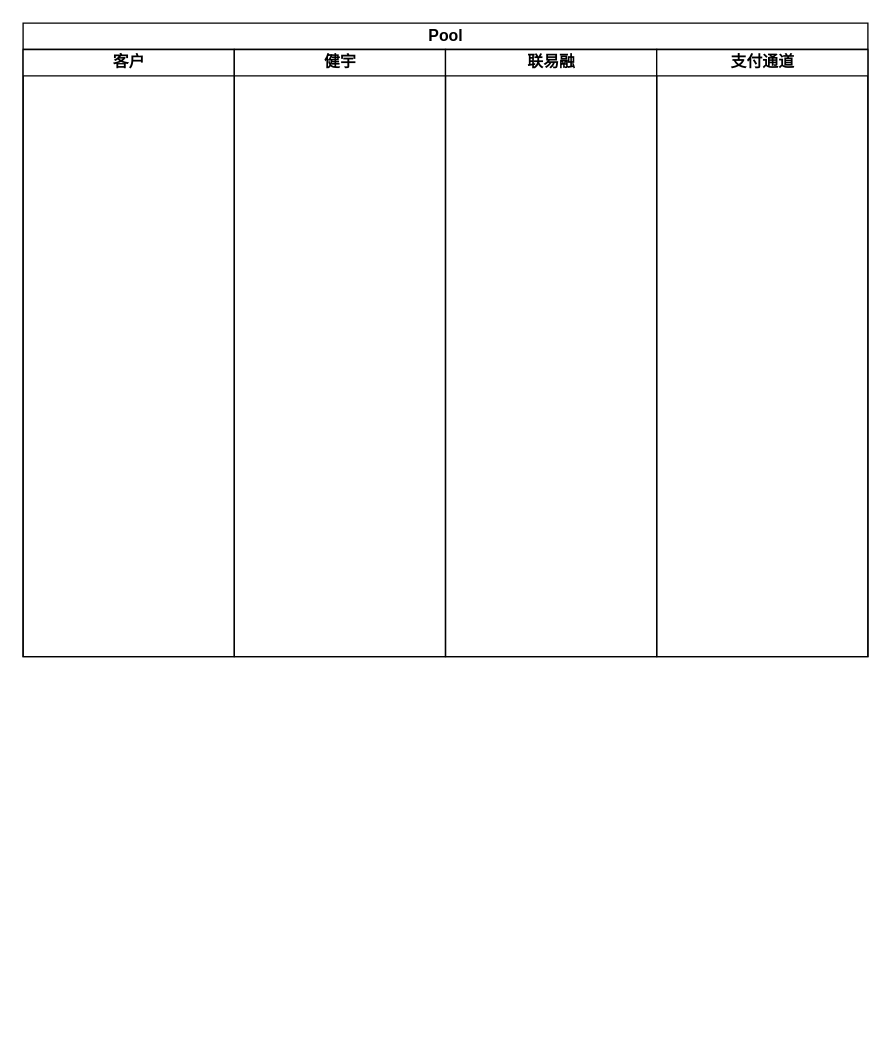
Before: LLSI/正常付款/扣除手续费流程.drawio in 0573xieguojia/To-program, a draw.io diagram. Source tidied: cells renumbered, new cells numbered last; positions are measured from the earlier drawing's top-left corner, leaving out a move shared by most shapes. Both pictures are drawn from the tidied source at 132%, with x=0, y=0 at pixel (22, 22).
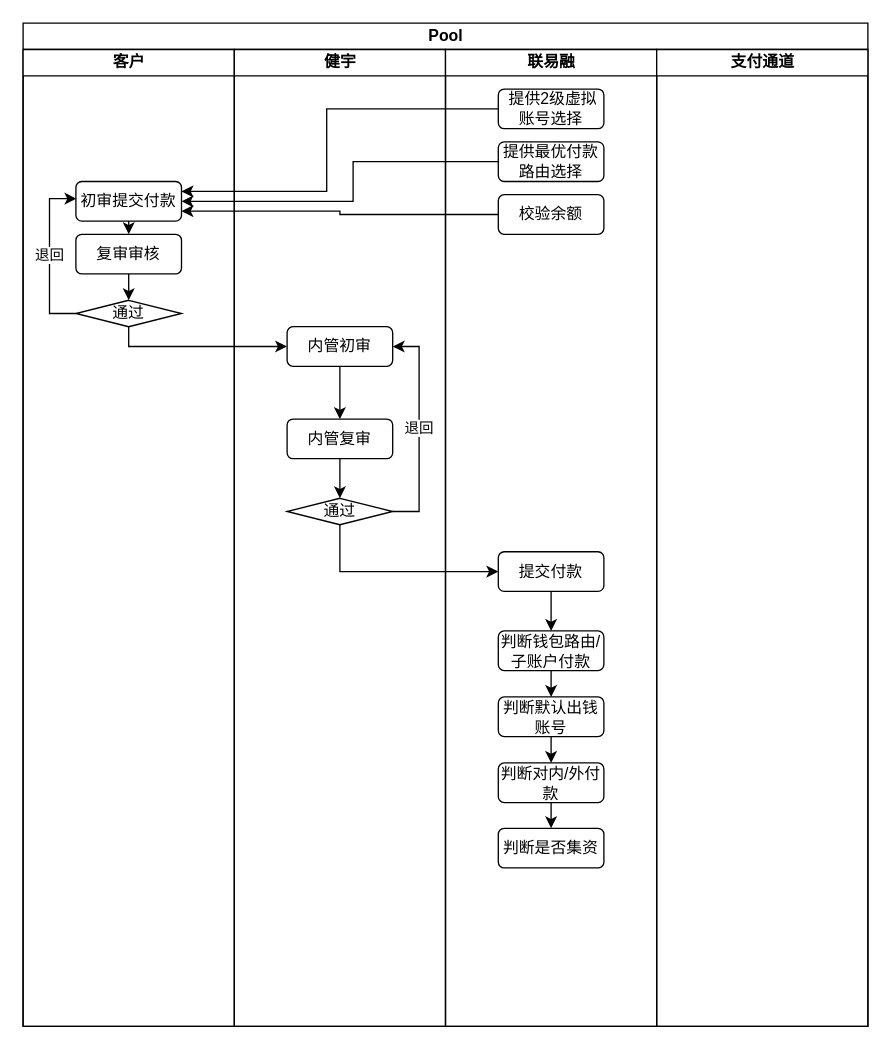
After the change.

Commit message (it also covers changes not shown here):
更新扣除手续费流程.drawio

Change to the diagram source:
```diff
@@
     <mxCell id="2" value="Pool" style="swimlane;startSize=20;html=1;" parent="1" vertex="1">
-      <mxGeometry width="640" height="480" as="geometry" />
+      <mxGeometry width="640" height="760" as="geometry" />
     </mxCell>
     <mxCell id="3" value="客户" style="swimlane;startSize=20;html=1;" parent="2" vertex="1">
-      <mxGeometry y="20" width="160" height="460" as="geometry" />
+      <mxGeometry y="20" width="160" height="740" as="geometry" />
     </mxCell>
+    <mxCell id="7" style="edgeStyle=orthogonalEdgeStyle;rounded=0;jettySize=auto;html=1;exitX=0.5;exitY=1;exitDx=0;exitDy=0;entryX=0.5;entryY=0;entryDx=0;entryDy=0;" parent="3" edge="1" source="8" target="11">
+      <mxGeometry relative="1" as="geometry" />
+    </mxCell>
+    <mxCell id="8" value="初审提交付款" style="rounded=1;whiteSpace=wrap;html=1;" parent="3" vertex="1">
+      <mxGeometry x="40" y="100" width="80" height="30" as="geometry" />
+    </mxCell>
+    <mxCell id="9" value="退回" style="edgeStyle=orthogonalEdgeStyle;rounded=0;jettySize=auto;html=1;exitX=0;exitY=0.5;exitDx=0;exitDy=0;entryX=0.005;entryY=0.434;entryDx=0;entryDy=0;entryPerimeter=0;" parent="3" edge="1" source="10" target="8">
+      <mxGeometry relative="1" as="geometry" />
+    </mxCell>
+    <mxCell id="10" value="通过" style="rhombus;whiteSpace=wrap;html=1;" parent="3" vertex="1">
+      <mxGeometry x="40" y="190" width="80" height="20" as="geometry" />
+    </mxCell>
+    <mxCell id="11" value="复审审核" style="rounded=1;whiteSpace=wrap;html=1;" parent="3" vertex="1">
+      <mxGeometry x="40" y="140" width="80" height="30" as="geometry" />
+    </mxCell>
+    <mxCell id="12" style="edgeStyle=orthogonalEdgeStyle;rounded=0;jettySize=auto;html=1;exitX=0.5;exitY=1;exitDx=0;exitDy=0;entryX=0.5;entryY=0;entryDx=0;entryDy=0;" parent="3" edge="1" source="11" target="10">
+      <mxGeometry relative="1" as="geometry" />
+    </mxCell>
+    <mxCell id="13" style="edgeStyle=orthogonalEdgeStyle;rounded=0;jettySize=auto;html=1;exitX=0.5;exitY=1;exitDx=0;exitDy=0;entryX=0;entryY=0.5;entryDx=0;entryDy=0;" parent="2" edge="1" source="10" target="15">
+      <mxGeometry relative="1" as="geometry">
+        <Array as="points">
+          <mxPoint x="80" y="245" />
+        </Array>
+      </mxGeometry>
+    </mxCell>
     <mxCell id="4" value="健宇" style="swimlane;startSize=20;html=1;" parent="2" vertex="1">
-      <mxGeometry x="160" y="20" width="160" height="460" as="geometry" />
+      <mxGeometry x="160" y="20" width="160" height="740" as="geometry" />
     </mxCell>
+    <mxCell id="14" style="edgeStyle=orthogonalEdgeStyle;rounded=0;jettySize=auto;html=1;exitX=0.5;exitY=1;exitDx=0;exitDy=0;entryX=0.5;entryY=0;entryDx=0;entryDy=0;" parent="4" edge="1" source="15" target="16">
+      <mxGeometry relative="1" as="geometry" />
+    </mxCell>
+    <mxCell id="15" value="内管初审" style="rounded=1;whiteSpace=wrap;html=1;" parent="4" vertex="1">
+      <mxGeometry x="40" y="210" width="80" height="30" as="geometry" />
+    </mxCell>
+    <mxCell id="16" value="内管复审" style="rounded=1;whiteSpace=wrap;html=1;" parent="4" vertex="1">
+      <mxGeometry x="40" y="280" width="80" height="30" as="geometry" />
+    </mxCell>
+    <mxCell id="17" value="退回" style="edgeStyle=orthogonalEdgeStyle;rounded=0;jettySize=auto;html=1;exitX=1;exitY=0.5;exitDx=0;exitDy=0;entryX=1;entryY=0.5;entryDx=0;entryDy=0;" parent="4" edge="1" source="18" target="15">
+      <mxGeometry relative="1" as="geometry" />
+    </mxCell>
+    <mxCell id="18" value="通过" style="rhombus;whiteSpace=wrap;html=1;" parent="4" vertex="1">
+      <mxGeometry x="40" y="340" width="80" height="20" as="geometry" />
+    </mxCell>
+    <mxCell id="19" style="edgeStyle=orthogonalEdgeStyle;rounded=0;jettySize=auto;html=1;exitX=0.5;exitY=1;exitDx=0;exitDy=0;entryX=0.5;entryY=0;entryDx=0;entryDy=0;" parent="4" edge="1" source="16" target="18">
+      <mxGeometry relative="1" as="geometry" />
+    </mxCell>
     <mxCell id="5" value="联易融" style="swimlane;startSize=20;html=1;" parent="2" vertex="1">
-      <mxGeometry x="320" y="20" width="160" height="460" as="geometry" />
+      <mxGeometry x="320" y="20" width="160" height="740" as="geometry" />
     </mxCell>
+    <mxCell id="20" style="edgeStyle=orthogonalEdgeStyle;rounded=0;jettySize=auto;html=1;exitX=0.5;exitY=1;exitDx=0;exitDy=0;entryX=0.5;entryY=0;entryDx=0;entryDy=0;" parent="5" edge="1" source="21" target="23">
+      <mxGeometry relative="1" as="geometry" />
+    </mxCell>
+    <mxCell id="21" value="提交付款" style="rounded=1;whiteSpace=wrap;html=1;" parent="5" vertex="1">
+      <mxGeometry x="40" y="380.5" width="80" height="30" as="geometry" />
+    </mxCell>
+    <mxCell id="22" style="edgeStyle=orthogonalEdgeStyle;rounded=0;jettySize=auto;html=1;exitX=0.5;exitY=1;exitDx=0;exitDy=0;entryX=0.5;entryY=0;entryDx=0;entryDy=0;" parent="5" edge="1" source="23" target="25">
+      <mxGeometry relative="1" as="geometry" />
+    </mxCell>
+    <mxCell id="23" value="判断钱包路由/子账户付款" style="rounded=1;whiteSpace=wrap;html=1;" parent="5" vertex="1">
+      <mxGeometry x="40" y="440.5" width="80" height="30" as="geometry" />
+    </mxCell>
+    <mxCell id="24" style="edgeStyle=orthogonalEdgeStyle;rounded=0;jettySize=auto;html=1;exitX=0.5;exitY=1;exitDx=0;exitDy=0;entryX=0.5;entryY=0;entryDx=0;entryDy=0;" parent="5" edge="1" source="25" target="27">
+      <mxGeometry relative="1" as="geometry" />
+    </mxCell>
+    <mxCell id="25" value="判断默认出钱账号" style="rounded=1;whiteSpace=wrap;html=1;" parent="5" vertex="1">
+      <mxGeometry x="40" y="490.5" width="80" height="30" as="geometry" />
+    </mxCell>
+    <mxCell id="26" style="edgeStyle=orthogonalEdgeStyle;rounded=0;jettySize=auto;html=1;exitX=0.5;exitY=1;exitDx=0;exitDy=0;entryX=0.5;entryY=0;entryDx=0;entryDy=0;" parent="5" edge="1" source="27" target="28">
+      <mxGeometry relative="1" as="geometry" />
+    </mxCell>
+    <mxCell id="27" value="判断对内/外付款" style="rounded=1;whiteSpace=wrap;html=1;" parent="5" vertex="1">
+      <mxGeometry x="40" y="540.5" width="80" height="30" as="geometry" />
+    </mxCell>
+    <mxCell id="28" value="判断是否集资" style="rounded=1;whiteSpace=wrap;html=1;" parent="5" vertex="1">
+      <mxGeometry x="40" y="590" width="80" height="30" as="geometry" />
+    </mxCell>
+    <mxCell id="29" value="&amp;nbsp;提供2级虚拟账号选择" style="rounded=1;whiteSpace=wrap;html=1;" parent="5" vertex="1">
+      <mxGeometry x="40" y="30" width="80" height="30" as="geometry" />
+    </mxCell>
+    <mxCell id="30" value="提供最优付款路由选择" style="rounded=1;whiteSpace=wrap;html=1;" parent="5" vertex="1">
+      <mxGeometry x="40" y="70" width="80" height="30" as="geometry" />
+    </mxCell>
+    <mxCell id="31" value="校验余额" style="rounded=1;whiteSpace=wrap;html=1;" parent="5" vertex="1">
+      <mxGeometry x="40" y="110" width="80" height="30" as="geometry" />
+    </mxCell>
     <mxCell id="6" value="支付通道" style="swimlane;startSize=20;html=1;" parent="2" vertex="1">
-      <mxGeometry x="480" y="20" width="160" height="460" as="geometry" />
+      <mxGeometry x="480" y="20" width="160" height="740" as="geometry" />
     </mxCell>
+    <mxCell id="32" style="edgeStyle=orthogonalEdgeStyle;rounded=0;jettySize=auto;html=1;exitX=0.5;exitY=1;exitDx=0;exitDy=0;entryX=0;entryY=0.5;entryDx=0;entryDy=0;" parent="2" edge="1" source="18" target="21">
+      <mxGeometry relative="1" as="geometry">
+        <Array as="points">
+          <mxPoint x="240" y="416" />
+          <mxPoint x="360" y="416" />
+        </Array>
+      </mxGeometry>
+    </mxCell>
+    <mxCell id="33" style="edgeStyle=orthogonalEdgeStyle;rounded=0;jettySize=auto;html=1;exitX=0;exitY=0.5;exitDx=0;exitDy=0;entryX=1;entryY=0.25;entryDx=0;entryDy=0;" parent="2" edge="1" source="29" target="8">
+      <mxGeometry relative="1" as="geometry">
+        <Array as="points">
+          <mxPoint x="230" y="65" />
+          <mxPoint x="230" y="128" />
+        </Array>
+      </mxGeometry>
+    </mxCell>
+    <mxCell id="34" style="edgeStyle=orthogonalEdgeStyle;rounded=0;jettySize=auto;html=1;exitX=0;exitY=0.5;exitDx=0;exitDy=0;entryX=1;entryY=0.5;entryDx=0;entryDy=0;" parent="2" edge="1" source="30" target="8">
+      <mxGeometry relative="1" as="geometry">
+        <Array as="points">
+          <mxPoint x="250" y="105" />
+          <mxPoint x="250" y="135" />
+        </Array>
+      </mxGeometry>
+    </mxCell>
+    <mxCell id="35" style="edgeStyle=orthogonalEdgeStyle;rounded=0;jettySize=auto;html=1;exitX=0;exitY=0.5;exitDx=0;exitDy=0;entryX=1;entryY=0.75;entryDx=0;entryDy=0;" parent="2" edge="1" source="31" target="8">
+      <mxGeometry relative="1" as="geometry" />
+    </mxCell>
```
